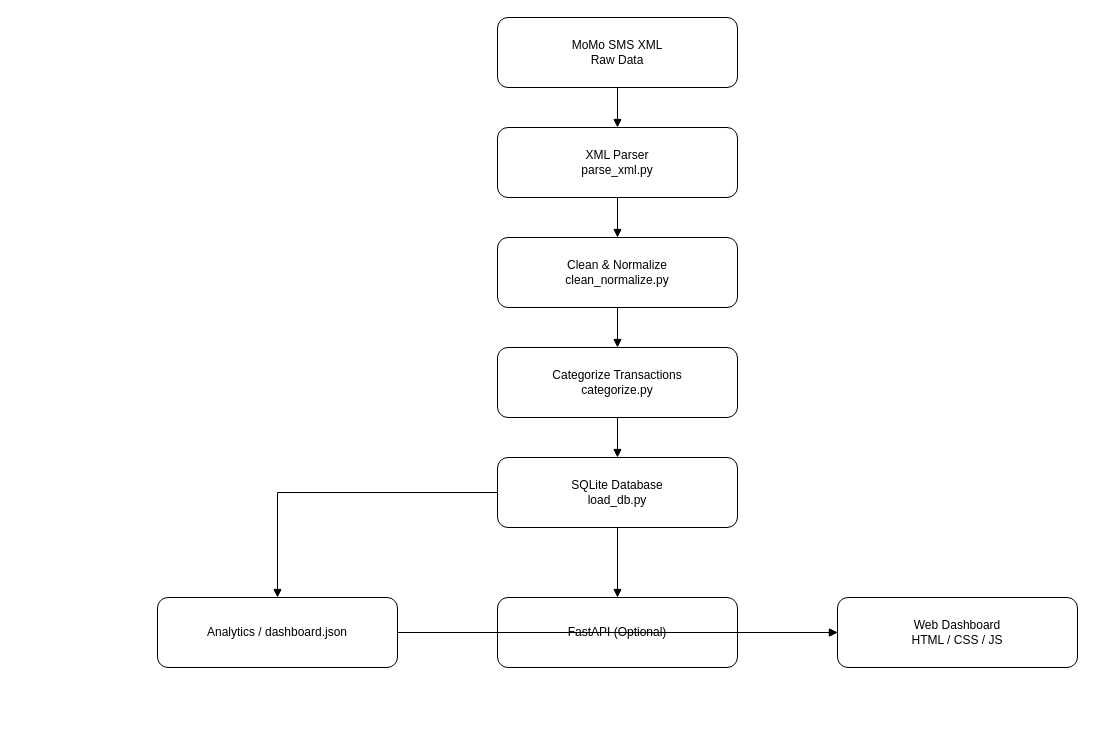
Earlier version of the draw.io diagram docs/architecture.drawio (cindoha-hash/momo-data-analysis). Source tidied: cells renumbered, new cells numbered last; positions are measured from the earlier drawing's top-left corner, leaving out a move shared by most shapes. Both pictures are drawn from the tidied source at 100%, with x=0, y=0 at pixel (157, 17).
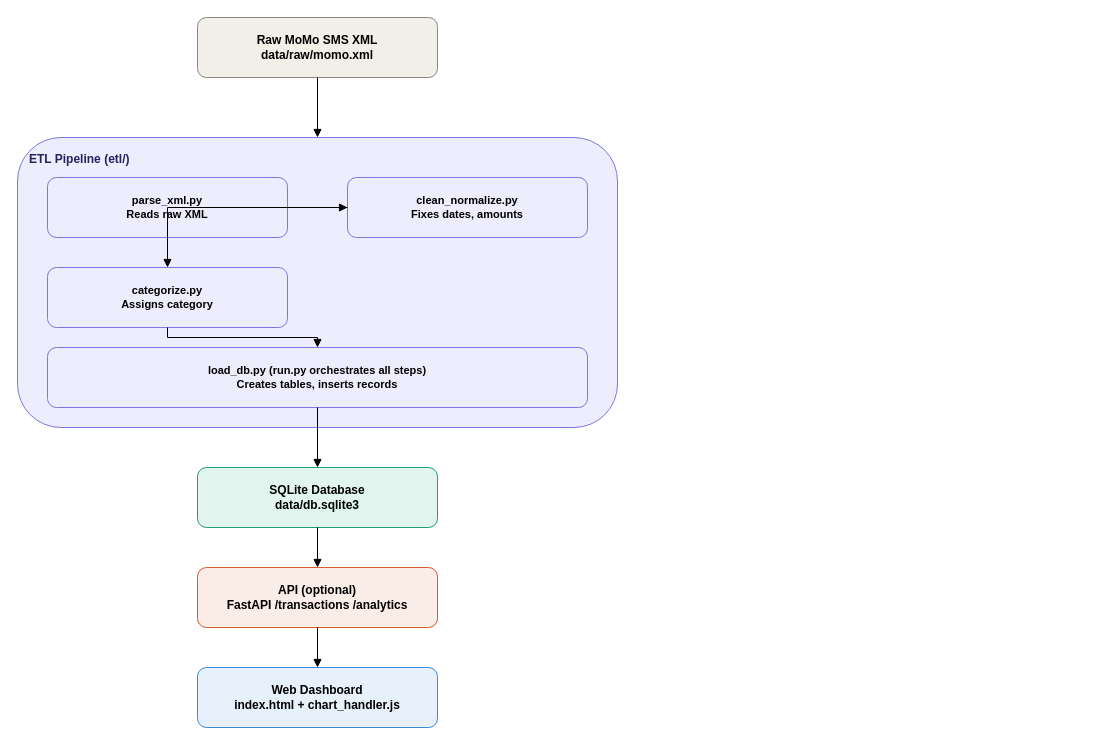
After the change.

Commit message (it also covers changes not shown here):
Add architecture diagram (PNG + drawio source)

Change to the diagram source:
```diff
@@
 <mxGraphModel>
   <root>
     <mxCell id="0" />
     <mxCell id="1" parent="0" />
-    <mxCell id="2" value="MoMo SMS XML&#10;Raw Data" style="rounded=1;whiteSpace=wrap;html=1;" parent="1" vertex="1">
-      <mxGeometry x="340" width="240" height="70" as="geometry" />
+    <mxCell id="2" value="Raw MoMo SMS XML&#10;data/raw/momo.xml" style="rounded=1;whiteSpace=wrap;html=1;fillColor=#F1EFE8;strokeColor=#888780;fontStyle=1;fontSize=12;" parent="1" vertex="1">
+      <mxGeometry x="40" width="240" height="60" as="geometry" />
     </mxCell>
-    <mxCell id="3" value="XML Parser&#10;parse_xml.py" style="rounded=1;whiteSpace=wrap;html=1;" parent="1" vertex="1">
-      <mxGeometry x="340" y="110" width="240" height="70" as="geometry" />
-    </mxCell>
+    <mxCell id="18" value="ETL Pipeline (etl/)" style="rounded=1;whiteSpace=wrap;html=1;fillColor=#EEEDFE;strokeColor=#7F77DD;verticalAlign=top;align=left;spacingLeft=10;spacingTop=8;fontStyle=1;fontColor=#26215C;fontSize=12;" parent="1" vertex="1">
+      <mxGeometry x="-140" y="120" width="600" height="290" as="geometry" />
+    </mxCell>
+    <mxCell id="19" value="parse_xml.py&#10;Reads raw XML" style="rounded=1;whiteSpace=wrap;html=1;fillColor=#EEEDFE;strokeColor=#7F77DD;fontStyle=1;fontSize=11;" parent="1" vertex="1">
+      <mxGeometry x="-110" y="160" width="240" height="60" as="geometry" />
+    </mxCell>
-    <mxCell id="4" value="Clean &amp; Normalize&#10;clean_normalize.py" style="rounded=1;whiteSpace=wrap;html=1;" parent="1" vertex="1">
-      <mxGeometry x="340" y="220" width="240" height="70" as="geometry" />
+    <mxCell id="4" value="clean_normalize.py&#10;Fixes dates, amounts" style="rounded=1;whiteSpace=wrap;html=1;fillColor=#EEEDFE;strokeColor=#7F77DD;fontStyle=1;fontSize=11;" parent="1" vertex="1">
+      <mxGeometry x="190" y="160" width="240" height="60" as="geometry" />
     </mxCell>
-    <mxCell id="5" value="Categorize Transactions&#10;categorize.py" style="rounded=1;whiteSpace=wrap;html=1;" parent="1" vertex="1">
-      <mxGeometry x="340" y="330" width="240" height="70" as="geometry" />
-    </mxCell>
+    <mxCell id="20" value="categorize.py&#10;Assigns category" style="rounded=1;whiteSpace=wrap;html=1;fillColor=#EEEDFE;strokeColor=#7F77DD;fontStyle=1;fontSize=11;" parent="1" vertex="1">
+      <mxGeometry x="-110" y="250" width="240" height="60" as="geometry" />
+    </mxCell>
+    <mxCell id="21" value="load_db.py (run.py orchestrates all steps)&#10;Creates tables, inserts records" style="rounded=1;whiteSpace=wrap;html=1;fillColor=#EEEDFE;strokeColor=#7F77DD;fontStyle=1;fontSize=11;" parent="1" vertex="1">
+      <mxGeometry x="-110" y="330" width="540" height="60" as="geometry" />
+    </mxCell>
-    <mxCell id="6" value="SQLite Database&#10;load_db.py" style="rounded=1;whiteSpace=wrap;html=1;" parent="1" vertex="1">
-      <mxGeometry x="340" y="440" width="240" height="70" as="geometry" />
+    <mxCell id="6" value="SQLite Database&#10;data/db.sqlite3" style="rounded=1;whiteSpace=wrap;html=1;fillColor=#E1F5EE;strokeColor=#1D9E75;fontStyle=1;fontSize=12;" parent="1" vertex="1">
+      <mxGeometry x="40" y="450" width="240" height="60" as="geometry" />
     </mxCell>
-    <mxCell id="7" value="Analytics / dashboard.json" style="rounded=1;whiteSpace=wrap;html=1;" parent="1" vertex="1">
-      <mxGeometry y="580" width="240" height="70" as="geometry" />
-    </mxCell>
-    <mxCell id="8" value="FastAPI (Optional)" style="rounded=1;whiteSpace=wrap;html=1;" parent="1" vertex="1">
-      <mxGeometry x="340" y="580" width="240" height="70" as="geometry" />
+    <mxCell id="8" value="API (optional)&#10;FastAPI /transactions /analytics" style="rounded=1;whiteSpace=wrap;html=1;fillColor=#FAECE7;strokeColor=#D85A30;fontStyle=1;fontSize=12;" parent="1" vertex="1">
+      <mxGeometry x="40" y="550" width="240" height="60" as="geometry" />
     </mxCell>
-    <mxCell id="9" value="Web Dashboard&#10;HTML / CSS / JS" style="rounded=1;whiteSpace=wrap;html=1;" parent="1" vertex="1">
-      <mxGeometry x="680" y="580" width="240" height="70" as="geometry" />
-    </mxCell>
+    <mxCell id="22" value="Web Dashboard&#10;index.html + chart_handler.js" style="rounded=1;whiteSpace=wrap;html=1;fillColor=#E6F1FB;strokeColor=#378ADD;fontStyle=1;fontSize=12;" parent="1" vertex="1">
+      <mxGeometry x="40" y="650" width="240" height="60" as="geometry" />
+    </mxCell>
-    <mxCell id="10" style="edgeStyle=orthogonalEdgeStyle;rounded=0;jettySize=auto;html=1;endArrow=block;" parent="1" edge="1" source="2" target="3">
+    <mxCell id="10" style="edgeStyle=orthogonalEdgeStyle;rounded=0;html=1;endArrow=block;" parent="1" edge="1" source="2" target="18">
       <mxGeometry relative="1" as="geometry" />
     </mxCell>
-    <mxCell id="11" style="edgeStyle=orthogonalEdgeStyle;rounded=0;jettySize=auto;html=1;endArrow=block;" parent="1" edge="1" source="3" target="4">
+    <mxCell id="11" style="edgeStyle=orthogonalEdgeStyle;rounded=0;html=1;endArrow=block;" parent="1" edge="1" source="19" target="4">
       <mxGeometry relative="1" as="geometry" />
     </mxCell>
-    <mxCell id="12" style="edgeStyle=orthogonalEdgeStyle;rounded=0;jettySize=auto;html=1;endArrow=block;" parent="1" edge="1" source="4" target="5">
+    <mxCell id="12" style="edgeStyle=orthogonalEdgeStyle;rounded=0;html=1;endArrow=block;" parent="1" edge="1" source="4" target="20">
       <mxGeometry relative="1" as="geometry" />
     </mxCell>
-    <mxCell id="13" style="edgeStyle=orthogonalEdgeStyle;rounded=0;jettySize=auto;html=1;endArrow=block;" parent="1" edge="1" source="5" target="6">
+    <mxCell id="13" style="edgeStyle=orthogonalEdgeStyle;rounded=0;html=1;endArrow=block;" parent="1" edge="1" source="20" target="21">
       <mxGeometry relative="1" as="geometry" />
     </mxCell>
-    <mxCell id="14" style="edgeStyle=orthogonalEdgeStyle;rounded=0;jettySize=auto;html=1;endArrow=block;" parent="1" edge="1" source="6" target="7">
+    <mxCell id="14" style="edgeStyle=orthogonalEdgeStyle;rounded=0;html=1;endArrow=block;" parent="1" edge="1" source="21" target="6">
       <mxGeometry relative="1" as="geometry" />
     </mxCell>
-    <mxCell id="15" style="edgeStyle=orthogonalEdgeStyle;rounded=0;jettySize=auto;html=1;endArrow=block;" parent="1" edge="1" source="6" target="8">
+    <mxCell id="15" style="edgeStyle=orthogonalEdgeStyle;rounded=0;html=1;endArrow=block;" parent="1" edge="1" source="6" target="8">
       <mxGeometry relative="1" as="geometry" />
     </mxCell>
-    <mxCell id="16" style="edgeStyle=orthogonalEdgeStyle;rounded=0;jettySize=auto;html=1;endArrow=block;" parent="1" edge="1" source="7" target="9">
+    <mxCell id="16" style="edgeStyle=orthogonalEdgeStyle;rounded=0;html=1;endArrow=block;" parent="1" edge="1" source="8" target="22">
       <mxGeometry relative="1" as="geometry" />
     </mxCell>
-    <mxCell id="17" style="edgeStyle=orthogonalEdgeStyle;rounded=0;jettySize=auto;html=1;endArrow=block;" parent="1" edge="1" source="8" target="9">
-      <mxGeometry relative="1" as="geometry" />
-    </mxCell>
   </root>
 </mxGraphModel>
```
